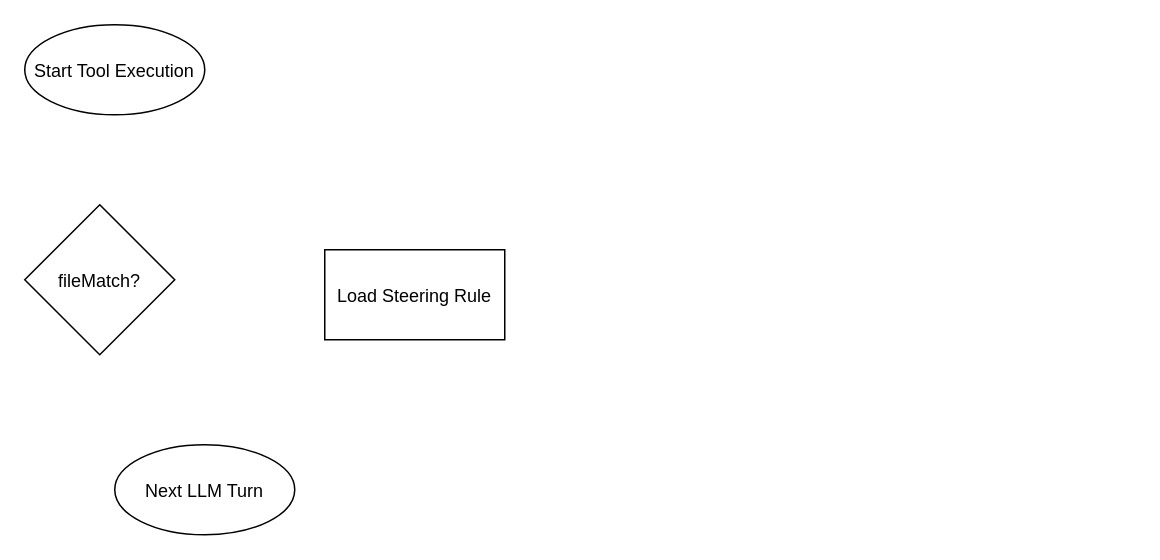
The draw.io diagram documents/SA4E-187/diagrams/business-flow.drawio in TranHoang1/SDLC-Agents-4-Enteprise, before the edit. Source tidied: cells renumbered, new cells numbered last; positions are measured from the earlier drawing's top-left corner, leaving out a move shared by most shapes. Both pictures are drawn from the tidied source at 150%, with x=0, y=0 at pixel (24, 24).
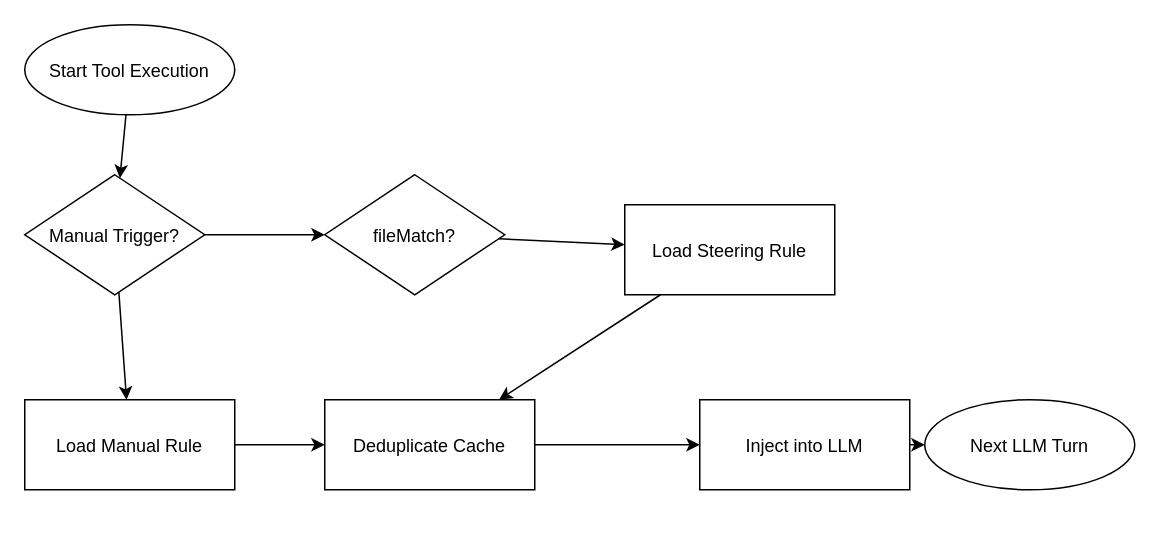
Above is the later version.

The edit, as a diff of the source:
```diff
@@
 <mxGraphModel>
   <root>
     <mxCell id="0" />
     <mxCell id="1" parent="0" />
     <mxCell id="2" value="Start Tool Execution" style="ellipse;" parent="1" vertex="1">
-      <mxGeometry width="120" height="60" as="geometry" />
+      <mxGeometry width="140" height="60" as="geometry" />
     </mxCell>
+    <mxCell id="6" value="Manual Trigger?" style="rhombus;" parent="1" vertex="1">
+      <mxGeometry y="100" width="120" height="80" as="geometry" />
+    </mxCell>
     <mxCell id="3" value="fileMatch?" style="rhombus;" parent="1" vertex="1">
-      <mxGeometry y="120" width="100" height="100" as="geometry" />
+      <mxGeometry x="200" y="100" width="120" height="80" as="geometry" />
     </mxCell>
+    <mxCell id="7" value="Load Manual Rule" style="rounded;" parent="1" vertex="1">
+      <mxGeometry y="250" width="140" height="60" as="geometry" />
+    </mxCell>
     <mxCell id="4" value="Load Steering Rule" style="rounded;" parent="1" vertex="1">
-      <mxGeometry x="200" y="150" width="120" height="60" as="geometry" />
+      <mxGeometry x="400" y="120" width="140" height="60" as="geometry" />
     </mxCell>
+    <mxCell id="8" value="Deduplicate Cache" style="rounded;" parent="1" vertex="1">
+      <mxGeometry x="200" y="250" width="140" height="60" as="geometry" />
+    </mxCell>
+    <mxCell id="9" value="Inject into LLM" style="rounded;" parent="1" vertex="1">
+      <mxGeometry x="450" y="250" width="140" height="60" as="geometry" />
+    </mxCell>
     <mxCell id="5" value="Next LLM Turn" style="ellipse;" parent="1" vertex="1">
-      <mxGeometry x="60" y="280" width="120" height="60" as="geometry" />
+      <mxGeometry x="600" y="250" width="140" height="60" as="geometry" />
     </mxCell>
+    <mxCell id="10" parent="1" edge="1" source="2" target="6">
+      <mxGeometry relative="1" as="geometry" />
+    </mxCell>
+    <mxCell id="11" parent="1" edge="1" source="6" target="7">
+      <mxGeometry relative="1" as="geometry" />
+    </mxCell>
+    <mxCell id="12" parent="1" edge="1" source="6" target="3">
+      <mxGeometry relative="1" as="geometry" />
+    </mxCell>
+    <mxCell id="13" parent="1" edge="1" source="3" target="4">
+      <mxGeometry relative="1" as="geometry" />
+    </mxCell>
+    <mxCell id="14" parent="1" edge="1" source="7" target="8">
+      <mxGeometry relative="1" as="geometry" />
+    </mxCell>
+    <mxCell id="15" parent="1" edge="1" source="4" target="8">
+      <mxGeometry relative="1" as="geometry" />
+    </mxCell>
+    <mxCell id="16" parent="1" edge="1" source="8" target="9">
+      <mxGeometry relative="1" as="geometry" />
+    </mxCell>
+    <mxCell id="17" parent="1" edge="1" source="9" target="5">
+      <mxGeometry relative="1" as="geometry" />
+    </mxCell>
   </root>
 </mxGraphModel>
```
